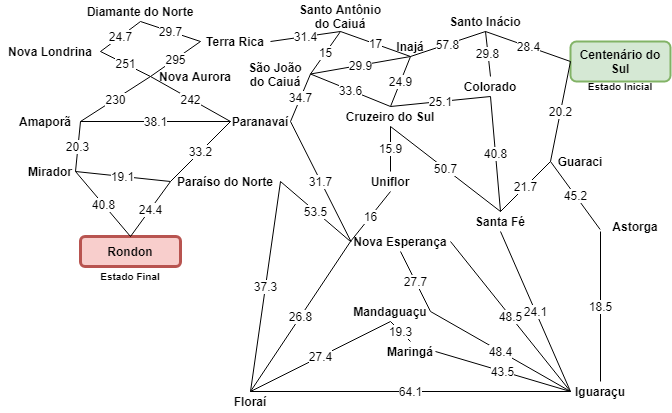
Earlier version of the draw.io export Sistemas Inteligentes/Buscas heurísticas/map_weight.png (keikomori/CP-UTFPR). Source tidied: cells renumbered, new cells last; positions are measured from the earlier drawing's top-left corner, leaving out a move shared by most shapes.
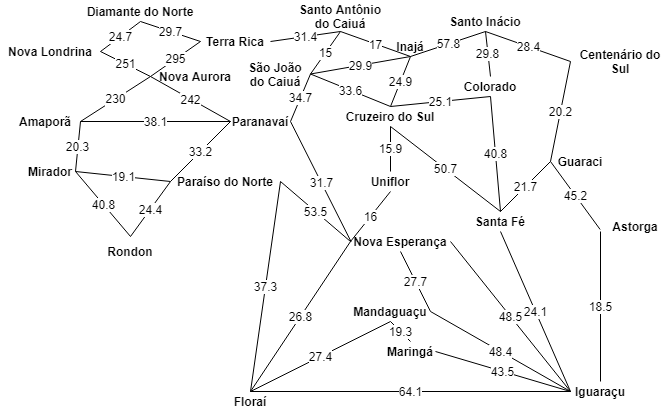
After the commit.

Diff of the diagram source:
```diff
@@ -20,7 +20,7 @@
     <mxCell id="7" value="Mirador" style="text;html=1;strokeColor=none;fillColor=none;align=center;verticalAlign=middle;whiteSpace=wrap;rounded=0;fontSize=12;fontStyle=1;" parent="1" vertex="1">
       <mxGeometry x="25" y="160" width="50" height="20" as="geometry" />
     </mxCell>
-    <mxCell id="8" value="Rondon" style="text;html=1;strokeColor=#b85450;fillColor=#f8cecc;align=center;verticalAlign=middle;whiteSpace=wrap;rounded=1;fontSize=12;fontStyle=1;strokeWidth=3;" parent="1" vertex="1">
+    <mxCell id="8" value="Rondon" style="text;html=1;align=center;verticalAlign=middle;whiteSpace=wrap;rounded=0;fontSize=12;fontStyle=1;strokeWidth=3;" parent="1" vertex="1">
       <mxGeometry x="80" y="235" width="100" height="30" as="geometry" />
     </mxCell>
     <mxCell id="9" value="Paraíso do Norte" style="text;html=1;strokeColor=none;fillColor=none;align=center;verticalAlign=middle;whiteSpace=wrap;rounded=0;fontSize=12;fontStyle=1;" parent="1" vertex="1">
@@ -68,7 +68,7 @@
     <mxCell id="23" value="Guaraci" style="text;html=1;strokeColor=none;fillColor=none;align=center;verticalAlign=middle;whiteSpace=wrap;rounded=0;fontSize=12;fontStyle=1;" parent="1" vertex="1">
       <mxGeometry x="550" y="150" width="60" height="20" as="geometry" />
     </mxCell>
-    <mxCell id="24" value="Centenário do Sul" style="text;html=1;strokeColor=#82b366;fillColor=#d5e8d4;align=center;verticalAlign=middle;whiteSpace=wrap;rounded=1;fontSize=12;fontStyle=1;strokeWidth=2;glass=0;shadow=0;sketch=0;" parent="1" vertex="1">
+    <mxCell id="24" value="Centenário do Sul" style="text;html=1;align=center;verticalAlign=middle;whiteSpace=wrap;rounded=0;fontSize=12;fontStyle=1;strokeWidth=2;glass=0;shadow=0;sketch=0;" parent="1" vertex="1">
       <mxGeometry x="570" y="40" width="100" height="40" as="geometry" />
     </mxCell>
     <mxCell id="25" value="Colorado" style="text;html=1;strokeColor=none;fillColor=none;align=center;verticalAlign=middle;whiteSpace=wrap;rounded=0;fontSize=12;fontStyle=1;" parent="1" vertex="1">
@@ -206,11 +206,5 @@
     <mxCell id="69" value="50.7" style="endArrow=none;html=1;fontSize=12;entryX=0.5;entryY=1;entryDx=0;entryDy=0;exitX=0.5;exitY=0;exitDx=0;exitDy=0;" parent="1" edge="1" source="22" target="14">
       <mxGeometry relative="1" as="geometry" />
     </mxCell>
-    <mxCell id="70" value="Estado Inicial" style="text;html=1;strokeColor=none;fillColor=none;align=center;verticalAlign=middle;whiteSpace=wrap;rounded=0;shadow=0;glass=0;sketch=0;fontSize=10;fontStyle=1;" parent="1" vertex="1">
-      <mxGeometry x="580" y="75" width="80" height="20" as="geometry" />
-    </mxCell>
-    <mxCell id="71" value="Estado Final" style="text;html=1;strokeColor=none;fillColor=none;align=center;verticalAlign=middle;whiteSpace=wrap;rounded=0;shadow=0;glass=0;sketch=0;fontSize=10;fontStyle=1;" parent="1" vertex="1">
-      <mxGeometry x="90" y="265" width="80" height="20" as="geometry" />
-    </mxCell>
   </root>
 </mxGraphModel>
```
